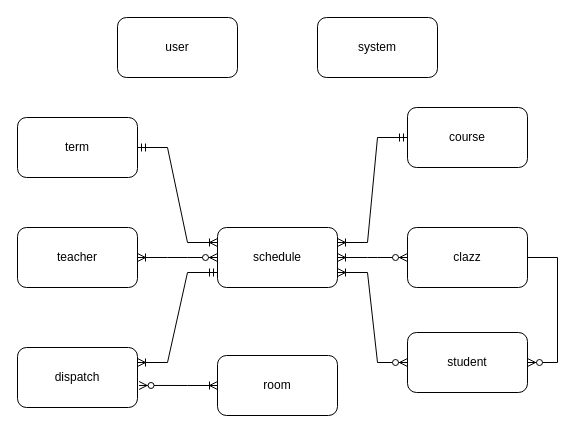
Above: document/排课ER.drawio in yunzhiclub/schedule (draw.io), before the change. Source tidied: cells renumbered, new cells numbered last; positions are measured from the earlier drawing's top-left corner, leaving out a move shared by most shapes. Both pictures are drawn from the tidied source at 100%, with x=0, y=0 at pixel (17, 17).
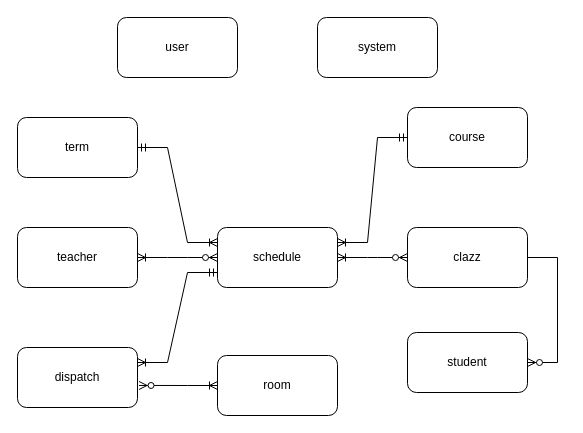
The same diagram, later.

The edit, as a diff of the source:
```diff
@@
 <mxGraphModel>
   <root>
     <mxCell id="0" />
     <mxCell id="1" parent="0" />
     <mxCell id="2" value="system" style="whiteSpace=wrap;html=1;rounded=1;" parent="1" vertex="1">
       <mxGeometry x="300" width="120" height="60" as="geometry" />
     </mxCell>
     <mxCell id="3" value="term" style="whiteSpace=wrap;html=1;rounded=1;" parent="1" vertex="1">
       <mxGeometry y="100" width="120" height="60" as="geometry" />
     </mxCell>
     <mxCell id="4" value="schedule" style="whiteSpace=wrap;html=1;rounded=1;" parent="1" vertex="1">
       <mxGeometry x="200" y="210" width="120" height="60" as="geometry" />
     </mxCell>
     <mxCell id="5" value="course" style="whiteSpace=wrap;html=1;rounded=1;" parent="1" vertex="1">
       <mxGeometry x="390" y="90" width="120" height="60" as="geometry" />
     </mxCell>
     <mxCell id="6" value="teacher" style="whiteSpace=wrap;html=1;rounded=1;" parent="1" vertex="1">
       <mxGeometry y="210" width="120" height="60" as="geometry" />
     </mxCell>
     <mxCell id="7" value="room" style="whiteSpace=wrap;html=1;rounded=1;" parent="1" vertex="1">
       <mxGeometry x="200" y="338" width="120" height="60" as="geometry" />
     </mxCell>
     <mxCell id="8" value="student" style="whiteSpace=wrap;html=1;rounded=1;" parent="1" vertex="1">
       <mxGeometry x="390" y="315" width="120" height="60" as="geometry" />
     </mxCell>
     <mxCell id="9" value="dispatch" style="whiteSpace=wrap;html=1;rounded=1;" parent="1" vertex="1">
       <mxGeometry y="330" width="120" height="60" as="geometry" />
     </mxCell>
     <mxCell id="10" value="clazz" style="whiteSpace=wrap;html=1;rounded=1;" parent="1" vertex="1">
       <mxGeometry x="390" y="210" width="120" height="60" as="geometry" />
     </mxCell>
     <mxCell id="11" style="edgeStyle=entityRelationEdgeStyle;fontSize=12;html=1;endArrow=ERzeroToMany;endFill=1;rounded=0;entryX=1;entryY=0.5;entryDx=0;entryDy=0;" parent="1" edge="1" source="10" target="8">
       <mxGeometry relative="1" as="geometry" />
     </mxCell>
     <mxCell id="12" style="edgeStyle=entityRelationEdgeStyle;fontSize=12;html=1;endArrow=ERoneToMany;startArrow=ERzeroToMany;rounded=0;entryX=1;entryY=0.5;entryDx=0;entryDy=0;exitX=0;exitY=0.5;exitDx=0;exitDy=0;" parent="1" edge="1" source="4" target="6">
       <mxGeometry relative="1" as="geometry" />
     </mxCell>
     <mxCell id="13" style="edgeStyle=entityRelationEdgeStyle;fontSize=12;html=1;endArrow=ERoneToMany;startArrow=ERzeroToMany;rounded=0;entryX=1;entryY=0.5;entryDx=0;entryDy=0;exitX=0;exitY=0.5;exitDx=0;exitDy=0;" parent="1" edge="1" source="10" target="4">
       <mxGeometry relative="1" as="geometry" />
     </mxCell>
-    <mxCell id="14" style="edgeStyle=entityRelationEdgeStyle;fontSize=12;html=1;endArrow=ERoneToMany;startArrow=ERzeroToMany;rounded=0;entryX=1;entryY=0.75;entryDx=0;entryDy=0;exitX=0;exitY=0.5;exitDx=0;exitDy=0;" parent="1" edge="1" source="8" target="4">
-      <mxGeometry relative="1" as="geometry" />
-    </mxCell>
     <mxCell id="15" style="edgeStyle=entityRelationEdgeStyle;fontSize=12;html=1;endArrow=ERoneToMany;startArrow=ERmandOne;rounded=0;exitX=0;exitY=0.5;exitDx=0;exitDy=0;entryX=1;entryY=0.25;entryDx=0;entryDy=0;" parent="1" edge="1" source="5" target="4">
       <mxGeometry relative="1" as="geometry" />
     </mxCell>
     <mxCell id="16" style="edgeStyle=entityRelationEdgeStyle;fontSize=12;html=1;endArrow=ERoneToMany;startArrow=ERmandOne;rounded=0;exitX=1;exitY=0.5;exitDx=0;exitDy=0;entryX=0;entryY=0.25;entryDx=0;entryDy=0;" parent="1" edge="1" source="3" target="4">
       <mxGeometry relative="1" as="geometry" />
     </mxCell>
     <mxCell id="17" style="edgeStyle=entityRelationEdgeStyle;fontSize=12;html=1;endArrow=ERoneToMany;startArrow=ERzeroToMany;rounded=0;entryX=0;entryY=0.5;entryDx=0;entryDy=0;exitX=1.013;exitY=0.633;exitDx=0;exitDy=0;exitPerimeter=0;" parent="1" edge="1" source="9" target="7">
       <mxGeometry relative="1" as="geometry" />
     </mxCell>
     <mxCell id="18" value="user" style="whiteSpace=wrap;html=1;rounded=1;" parent="1" vertex="1">
       <mxGeometry x="100" width="120" height="60" as="geometry" />
     </mxCell>
     <mxCell id="19" style="edgeStyle=entityRelationEdgeStyle;fontSize=12;html=1;endArrow=ERoneToMany;startArrow=ERmandOne;rounded=0;exitX=0;exitY=0.75;exitDx=0;exitDy=0;entryX=1;entryY=0.25;entryDx=0;entryDy=0;" parent="1" edge="1" source="4" target="9">
       <mxGeometry relative="1" as="geometry" />
     </mxCell>
   </root>
 </mxGraphModel>
```
